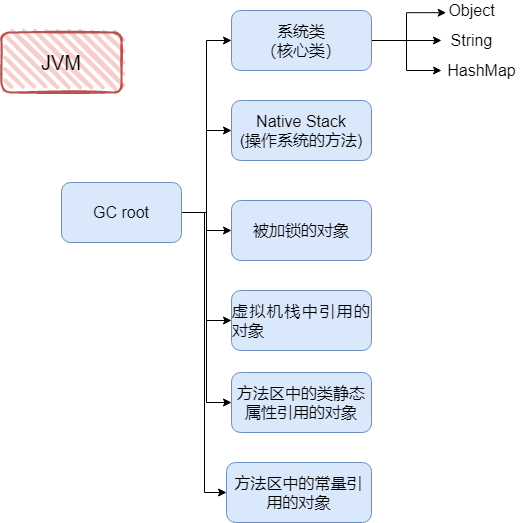
kusuzi/LearnJava keeps this draw.io diagram as java.png. Above is the earlier version. Source tidied: cells renumbered, new cells last; positions are measured from the earlier drawing's top-left corner, leaving out a move shared by most shapes. Its diagram source:
```xml
<mxGraphModel>
  <root>
    <mxCell id="0" />
    <mxCell id="1" parent="0" />
    <mxCell id="2" style="edgeStyle=orthogonalEdgeStyle;rounded=0;jettySize=auto;html=1;entryX=0;entryY=0.5;entryDx=0;entryDy=0;fontSize=16;fontColor=#000000;" parent="1" edge="1" source="8" target="13">
      <mxGeometry relative="1" as="geometry" />
    </mxCell>
    <mxCell id="3" style="edgeStyle=orthogonalEdgeStyle;rounded=0;jettySize=auto;html=1;entryX=0;entryY=0.5;entryDx=0;entryDy=0;fontSize=16;fontColor=#000000;" parent="1" edge="1" source="8" target="14">
      <mxGeometry relative="1" as="geometry" />
    </mxCell>
    <mxCell id="4" style="edgeStyle=orthogonalEdgeStyle;rounded=0;jettySize=auto;html=1;entryX=0;entryY=0.5;entryDx=0;entryDy=0;fontSize=16;fontColor=#000000;" parent="1" edge="1" source="8" target="16">
      <mxGeometry relative="1" as="geometry" />
    </mxCell>
    <mxCell id="5" style="edgeStyle=orthogonalEdgeStyle;rounded=0;jettySize=auto;html=1;entryX=0;entryY=0.5;entryDx=0;entryDy=0;fontSize=16;fontColor=#000000;" parent="1" edge="1" source="8" target="19">
      <mxGeometry relative="1" as="geometry" />
    </mxCell>
    <mxCell id="6" style="edgeStyle=orthogonalEdgeStyle;rounded=0;jettySize=auto;html=1;entryX=0;entryY=0.5;entryDx=0;entryDy=0;fontSize=16;fontColor=#000000;" parent="1" edge="1" source="8" target="20">
      <mxGeometry relative="1" as="geometry" />
    </mxCell>
    <mxCell id="7" style="edgeStyle=orthogonalEdgeStyle;rounded=0;jettySize=auto;html=1;entryX=0;entryY=0.5;entryDx=0;entryDy=0;fontSize=16;fontColor=#000000;" parent="1" edge="1" source="8" target="21">
      <mxGeometry relative="1" as="geometry">
        <Array as="points">
          <mxPoint x="203" y="212" />
          <mxPoint x="203" y="492" />
        </Array>
      </mxGeometry>
    </mxCell>
    <mxCell id="8" value="GC root&lt;br style=&quot;font-size: 16px;&quot;&gt;" style="rounded=1;whiteSpace=wrap;html=1;fillColor=#dae8fc;strokeColor=#6c8ebf;fontSize=16;" parent="1" vertex="1">
      <mxGeometry x="60" y="182" width="120" height="60" as="geometry" />
    </mxCell>
    <mxCell id="9" value="JVM" style="rounded=1;whiteSpace=wrap;html=1;strokeWidth=2;fillWeight=4;hachureGap=8;hachureAngle=45;fillColor=#f8cecc;sketch=1;strokeColor=#b85450;fontSize=20;" parent="1" vertex="1">
      <mxGeometry y="32" width="120" height="60" as="geometry" />
    </mxCell>
    <mxCell id="10" style="edgeStyle=orthogonalEdgeStyle;rounded=0;jettySize=auto;html=1;entryX=0.077;entryY=0.61;entryDx=0;entryDy=0;entryPerimeter=0;fontSize=16;fontColor=#000000;" parent="1" edge="1" source="13" target="15">
      <mxGeometry relative="1" as="geometry" />
    </mxCell>
    <mxCell id="11" style="edgeStyle=orthogonalEdgeStyle;rounded=0;jettySize=auto;html=1;fontSize=16;fontColor=#000000;" parent="1" edge="1" source="13" target="17">
      <mxGeometry relative="1" as="geometry" />
    </mxCell>
    <mxCell id="12" style="edgeStyle=orthogonalEdgeStyle;rounded=0;jettySize=auto;html=1;fontSize=16;fontColor=#000000;" parent="1" edge="1" source="13" target="18">
      <mxGeometry relative="1" as="geometry" />
    </mxCell>
    <mxCell id="13" value="系统类&lt;br&gt;（核心类）" style="whiteSpace=wrap;html=1;rounded=1;fontSize=16;strokeColor=#6c8ebf;fillColor=#dae8fc;" parent="1" vertex="1">
      <mxGeometry x="230" y="10" width="140" height="60" as="geometry" />
    </mxCell>
    <mxCell id="14" value="Native Stack&lt;br&gt;(操作系统的方法)" style="whiteSpace=wrap;html=1;rounded=1;fontSize=16;strokeColor=#6c8ebf;fillColor=#dae8fc;" parent="1" vertex="1">
      <mxGeometry x="230" y="100" width="140" height="60" as="geometry" />
    </mxCell>
    <mxCell id="15" value="Object" style="text;html=1;align=center;verticalAlign=middle;points=[];strokeColor=none;fontSize=16;" parent="1" vertex="1">
      <mxGeometry x="440" width="60" height="20" as="geometry" />
    </mxCell>
    <mxCell id="16" value="被加锁的对象" style="whiteSpace=wrap;html=1;rounded=1;fontSize=16;strokeColor=#6c8ebf;fillColor=#dae8fc;" parent="1" vertex="1">
      <mxGeometry x="230" y="200" width="140" height="60" as="geometry" />
    </mxCell>
    <mxCell id="17" value="String" style="text;html=1;align=center;verticalAlign=middle;points=[];strokeColor=none;fontSize=16;" parent="1" vertex="1">
      <mxGeometry x="440" y="30" width="60" height="20" as="geometry" />
    </mxCell>
    <mxCell id="18" value="HashMap&lt;br&gt;" style="text;html=1;align=center;verticalAlign=middle;points=[];strokeColor=none;fontSize=16;" parent="1" vertex="1">
      <mxGeometry x="440" y="60" width="80" height="20" as="geometry" />
    </mxCell>
    <mxCell id="19" value="&lt;div style=&quot;text-align: justify&quot;&gt;&lt;span&gt;&lt;font face=&quot;helvetica, arial, sans-serif&quot;&gt;虚拟机栈中引用的对象&lt;/font&gt;&lt;/span&gt;&lt;/div&gt;" style="rounded=1;whiteSpace=wrap;html=1;fontSize=16;strokeColor=#6c8ebf;fillColor=#dae8fc;" parent="1" vertex="1">
      <mxGeometry x="230" y="290" width="140" height="60" as="geometry" />
    </mxCell>
    <mxCell id="20" value="&lt;span style=&quot;font-family: helvetica, arial, sans-serif; text-align: justify;&quot;&gt;方法区中的类静态属性引用的对象&lt;/span&gt;" style="rounded=1;whiteSpace=wrap;html=1;fontSize=16;strokeColor=#6c8ebf;fillColor=#dae8fc;labelBackgroundColor=none;" parent="1" vertex="1">
      <mxGeometry x="230" y="372" width="140" height="60" as="geometry" />
    </mxCell>
    <mxCell id="21" value="&lt;span style=&quot;font-family: helvetica, arial, sans-serif; text-align: justify;&quot;&gt;方法区中的常量引用的对象&lt;/span&gt;" style="rounded=1;whiteSpace=wrap;html=1;labelBackgroundColor=none;fontSize=16;strokeColor=#6c8ebf;fillColor=#dae8fc;" parent="1" vertex="1">
      <mxGeometry x="225" y="462" width="145" height="60" as="geometry" />
    </mxCell>
  </root>
</mxGraphModel>
```
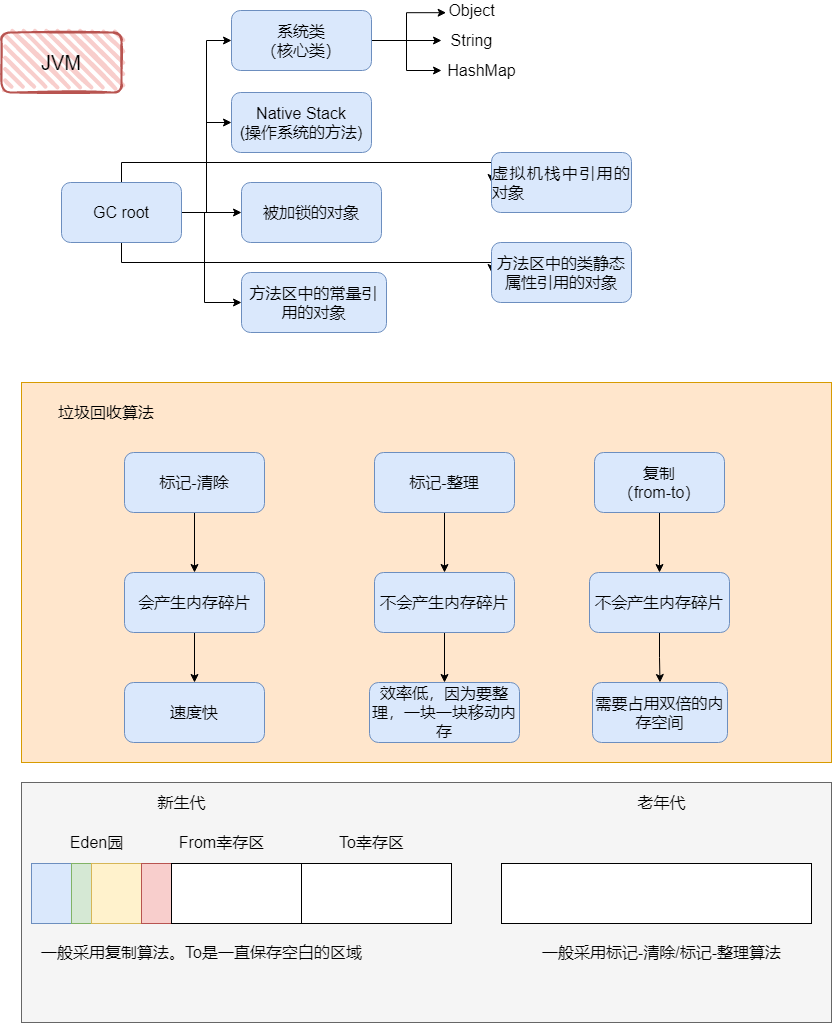
After the commit.

Diff of the diagram source:
```diff
@@ -2,6 +2,12 @@
   <root>
     <mxCell id="0" />
     <mxCell id="1" parent="0" />
+    <mxCell id="22" style="rounded=0;whiteSpace=wrap;html=1;labelBackgroundColor=none;fontSize=16;fontColor=#333333;strokeColor=#666666;fillColor=#f5f5f5;" parent="1" vertex="1">
+      <mxGeometry x="20" y="782" width="810" height="240" as="geometry" />
+    </mxCell>
+    <mxCell id="23" style="rounded=0;whiteSpace=wrap;html=1;labelBackgroundColor=none;fontSize=16;strokeColor=#d79b00;fillColor=#ffe6cc;" parent="1" vertex="1">
+      <mxGeometry x="20" y="382" width="810" height="380" as="geometry" />
+    </mxCell>
     <mxCell id="2" style="edgeStyle=orthogonalEdgeStyle;rounded=0;jettySize=auto;html=1;entryX=0;entryY=0.5;entryDx=0;entryDy=0;fontSize=16;fontColor=#000000;" parent="1" edge="1" source="8" target="13">
       <mxGeometry relative="1" as="geometry" />
     </mxCell>
@@ -11,17 +17,28 @@
     <mxCell id="4" style="edgeStyle=orthogonalEdgeStyle;rounded=0;jettySize=auto;html=1;entryX=0;entryY=0.5;entryDx=0;entryDy=0;fontSize=16;fontColor=#000000;" parent="1" edge="1" source="8" target="16">
       <mxGeometry relative="1" as="geometry" />
     </mxCell>
-    <mxCell id="5" style="edgeStyle=orthogonalEdgeStyle;rounded=0;jettySize=auto;html=1;entryX=0;entryY=0.5;entryDx=0;entryDy=0;fontSize=16;fontColor=#000000;" parent="1" edge="1" source="8" target="19">
-      <mxGeometry relative="1" as="geometry" />
+    <mxCell id="5" style="edgeStyle=orthogonalEdgeStyle;rounded=0;jettySize=auto;html=1;entryX=0;entryY=0.5;entryDx=0;entryDy=0;fontSize=16;fontColor=#000000;exitX=1;exitY=0.5;exitDx=0;exitDy=0;" parent="1" edge="1" source="8" target="19">
+      <mxGeometry relative="1" as="geometry">
+        <Array as="points">
+          <mxPoint x="120" y="212" />
+          <mxPoint x="120" y="162" />
+          <mxPoint x="490" y="162" />
+        </Array>
+      </mxGeometry>
     </mxCell>
     <mxCell id="6" style="edgeStyle=orthogonalEdgeStyle;rounded=0;jettySize=auto;html=1;entryX=0;entryY=0.5;entryDx=0;entryDy=0;fontSize=16;fontColor=#000000;" parent="1" edge="1" source="8" target="20">
-      <mxGeometry relative="1" as="geometry" />
+      <mxGeometry relative="1" as="geometry">
+        <Array as="points">
+          <mxPoint x="120" y="262" />
+          <mxPoint x="490" y="262" />
+        </Array>
+      </mxGeometry>
     </mxCell>
     <mxCell id="7" style="edgeStyle=orthogonalEdgeStyle;rounded=0;jettySize=auto;html=1;entryX=0;entryY=0.5;entryDx=0;entryDy=0;fontSize=16;fontColor=#000000;" parent="1" edge="1" source="8" target="21">
       <mxGeometry relative="1" as="geometry">
         <Array as="points">
           <mxPoint x="203" y="212" />
-          <mxPoint x="203" y="492" />
+          <mxPoint x="203" y="302" />
         </Array>
       </mxGeometry>
     </mxCell>
@@ -44,13 +61,13 @@
       <mxGeometry x="230" y="10" width="140" height="60" as="geometry" />
     </mxCell>
     <mxCell id="14" value="Native Stack&lt;br&gt;(操作系统的方法)" style="whiteSpace=wrap;html=1;rounded=1;fontSize=16;strokeColor=#6c8ebf;fillColor=#dae8fc;" parent="1" vertex="1">
-      <mxGeometry x="230" y="100" width="140" height="60" as="geometry" />
+      <mxGeometry x="230" y="92" width="140" height="60" as="geometry" />
     </mxCell>
     <mxCell id="15" value="Object" style="text;html=1;align=center;verticalAlign=middle;points=[];strokeColor=none;fontSize=16;" parent="1" vertex="1">
       <mxGeometry x="440" width="60" height="20" as="geometry" />
     </mxCell>
     <mxCell id="16" value="被加锁的对象" style="whiteSpace=wrap;html=1;rounded=1;fontSize=16;strokeColor=#6c8ebf;fillColor=#dae8fc;" parent="1" vertex="1">
-      <mxGeometry x="230" y="200" width="140" height="60" as="geometry" />
+      <mxGeometry x="240" y="182" width="140" height="60" as="geometry" />
     </mxCell>
     <mxCell id="17" value="String" style="text;html=1;align=center;verticalAlign=middle;points=[];strokeColor=none;fontSize=16;" parent="1" vertex="1">
       <mxGeometry x="440" y="30" width="60" height="20" as="geometry" />
@@ -59,13 +76,103 @@
       <mxGeometry x="440" y="60" width="80" height="20" as="geometry" />
     </mxCell>
     <mxCell id="19" value="&lt;div style=&quot;text-align: justify&quot;&gt;&lt;span&gt;&lt;font face=&quot;helvetica, arial, sans-serif&quot;&gt;虚拟机栈中引用的对象&lt;/font&gt;&lt;/span&gt;&lt;/div&gt;" style="rounded=1;whiteSpace=wrap;html=1;fontSize=16;strokeColor=#6c8ebf;fillColor=#dae8fc;" parent="1" vertex="1">
-      <mxGeometry x="230" y="290" width="140" height="60" as="geometry" />
+      <mxGeometry x="490" y="152" width="140" height="60" as="geometry" />
     </mxCell>
     <mxCell id="20" value="&lt;span style=&quot;font-family: helvetica, arial, sans-serif; text-align: justify;&quot;&gt;方法区中的类静态属性引用的对象&lt;/span&gt;" style="rounded=1;whiteSpace=wrap;html=1;fontSize=16;strokeColor=#6c8ebf;fillColor=#dae8fc;labelBackgroundColor=none;" parent="1" vertex="1">
-      <mxGeometry x="230" y="372" width="140" height="60" as="geometry" />
+      <mxGeometry x="490" y="242" width="140" height="60" as="geometry" />
     </mxCell>
     <mxCell id="21" value="&lt;span style=&quot;font-family: helvetica, arial, sans-serif; text-align: justify;&quot;&gt;方法区中的常量引用的对象&lt;/span&gt;" style="rounded=1;whiteSpace=wrap;html=1;labelBackgroundColor=none;fontSize=16;strokeColor=#6c8ebf;fillColor=#dae8fc;" parent="1" vertex="1">
-      <mxGeometry x="225" y="462" width="145" height="60" as="geometry" />
+      <mxGeometry x="240" y="272" width="145" height="60" as="geometry" />
     </mxCell>
+    <mxCell id="24" style="edgeStyle=orthogonalEdgeStyle;rounded=0;jettySize=auto;html=1;entryX=0.5;entryY=0;entryDx=0;entryDy=0;fontSize=16;fontColor=#000000;" parent="1" edge="1" source="25" target="36">
+      <mxGeometry relative="1" as="geometry" />
+    </mxCell>
+    <mxCell id="25" value="标记-清除" style="whiteSpace=wrap;html=1;rounded=1;labelBackgroundColor=none;fontSize=16;fontColor=#000000;strokeColor=#6c8ebf;fillColor=#dae8fc;" parent="1" vertex="1">
+      <mxGeometry x="123" y="452" width="140" height="60" as="geometry" />
+    </mxCell>
+    <mxCell id="26" style="edgeStyle=orthogonalEdgeStyle;rounded=0;jettySize=auto;html=1;entryX=0.5;entryY=0;entryDx=0;entryDy=0;fontSize=16;fontColor=#000000;" parent="1" edge="1" source="27" target="34">
+      <mxGeometry relative="1" as="geometry" />
+    </mxCell>
+    <mxCell id="27" value="标记-整理" style="whiteSpace=wrap;html=1;rounded=1;labelBackgroundColor=none;fontSize=16;fontColor=#000000;strokeColor=#6c8ebf;fillColor=#dae8fc;" parent="1" vertex="1">
+      <mxGeometry x="373" y="452" width="140" height="60" as="geometry" />
+    </mxCell>
+    <mxCell id="28" style="edgeStyle=orthogonalEdgeStyle;rounded=0;jettySize=auto;html=1;fontSize=16;fontColor=#000000;" parent="1" edge="1" source="29" target="31">
+      <mxGeometry relative="1" as="geometry" />
+    </mxCell>
+    <mxCell id="29" value="复制&lt;br&gt;（from-to）" style="whiteSpace=wrap;html=1;rounded=1;labelBackgroundColor=none;fontSize=16;fontColor=#000000;strokeColor=#6c8ebf;fillColor=#dae8fc;" parent="1" vertex="1">
+      <mxGeometry x="593" y="452" width="130" height="60" as="geometry" />
+    </mxCell>
+    <mxCell id="30" style="edgeStyle=orthogonalEdgeStyle;rounded=0;jettySize=auto;html=1;entryX=0.5;entryY=0;entryDx=0;entryDy=0;fontSize=16;fontColor=#000000;" parent="1" edge="1" source="31" target="39">
+      <mxGeometry relative="1" as="geometry" />
+    </mxCell>
+    <mxCell id="31" value="不会产生内存碎片" style="whiteSpace=wrap;html=1;rounded=1;fontSize=16;strokeColor=#6c8ebf;fillColor=#dae8fc;" parent="1" vertex="1">
+      <mxGeometry x="588" y="572" width="140" height="60" as="geometry" />
+    </mxCell>
+    <mxCell id="32" value="垃圾回收算法" style="text;html=1;strokeColor=none;fillColor=none;align=center;verticalAlign=middle;whiteSpace=wrap;rounded=0;labelBackgroundColor=none;fontSize=16;fontColor=#000000;" parent="1" vertex="1">
+      <mxGeometry x="50" y="402" width="110" height="20" as="geometry" />
+    </mxCell>
+    <mxCell id="33" style="edgeStyle=orthogonalEdgeStyle;rounded=0;jettySize=auto;html=1;fontSize=16;fontColor=#000000;" parent="1" edge="1" source="34" target="38">
+      <mxGeometry relative="1" as="geometry" />
+    </mxCell>
+    <mxCell id="34" value="不会产生内存碎片" style="whiteSpace=wrap;html=1;rounded=1;fontSize=16;strokeColor=#6c8ebf;fillColor=#dae8fc;" parent="1" vertex="1">
+      <mxGeometry x="373" y="572" width="140" height="60" as="geometry" />
+    </mxCell>
+    <mxCell id="35" style="edgeStyle=orthogonalEdgeStyle;rounded=0;jettySize=auto;html=1;entryX=0.5;entryY=0;entryDx=0;entryDy=0;fontSize=16;fontColor=#000000;" parent="1" edge="1" source="36" target="37">
+      <mxGeometry relative="1" as="geometry" />
+    </mxCell>
+    <mxCell id="36" value="会产生内存碎片" style="whiteSpace=wrap;html=1;rounded=1;fontSize=16;strokeColor=#6c8ebf;fillColor=#dae8fc;" parent="1" vertex="1">
+      <mxGeometry x="123" y="572" width="140" height="60" as="geometry" />
+    </mxCell>
+    <mxCell id="37" value="速度快" style="rounded=1;whiteSpace=wrap;html=1;labelBackgroundColor=none;fontSize=16;fontColor=#000000;strokeColor=#6c8ebf;fillColor=#dae8fc;" parent="1" vertex="1">
+      <mxGeometry x="123" y="682" width="140" height="60" as="geometry" />
+    </mxCell>
+    <mxCell id="38" value="效率低，因为要整理，一块一块移动内存" style="rounded=1;whiteSpace=wrap;html=1;labelBackgroundColor=none;fontSize=16;fontColor=#000000;strokeColor=#6c8ebf;fillColor=#dae8fc;" parent="1" vertex="1">
+      <mxGeometry x="368" y="682" width="150" height="60" as="geometry" />
+    </mxCell>
+    <mxCell id="39" value="需要占用双倍的内存空间" style="rounded=1;whiteSpace=wrap;html=1;labelBackgroundColor=none;fontSize=16;fontColor=#000000;strokeColor=#6c8ebf;fillColor=#dae8fc;" parent="1" vertex="1">
+      <mxGeometry x="591" y="682" width="135" height="60" as="geometry" />
+    </mxCell>
+    <mxCell id="40" style="rounded=0;whiteSpace=wrap;html=1;labelBackgroundColor=none;fontSize=16;fontColor=#000000;strokeColor=#6c8ebf;fillColor=#dae8fc;" parent="1" vertex="1">
+      <mxGeometry x="30" y="863" width="40" height="60" as="geometry" />
+    </mxCell>
+    <mxCell id="41" style="rounded=0;whiteSpace=wrap;html=1;labelBackgroundColor=none;fontSize=16;strokeColor=#82b366;fillColor=#d5e8d4;" parent="1" vertex="1">
+      <mxGeometry x="70" y="863" width="20" height="60" as="geometry" />
+    </mxCell>
+    <mxCell id="42" style="rounded=0;whiteSpace=wrap;html=1;labelBackgroundColor=none;fontSize=16;strokeColor=#d6b656;fillColor=#fff2cc;" parent="1" vertex="1">
+      <mxGeometry x="90" y="863" width="50" height="60" as="geometry" />
+    </mxCell>
+    <mxCell id="43" style="rounded=0;whiteSpace=wrap;html=1;labelBackgroundColor=none;fontSize=16;strokeColor=#b85450;fillColor=#f8cecc;" parent="1" vertex="1">
+      <mxGeometry x="140" y="863" width="30" height="60" as="geometry" />
+    </mxCell>
+    <mxCell id="44" style="rounded=0;whiteSpace=wrap;html=1;labelBackgroundColor=none;fontSize=16;" parent="1" vertex="1">
+      <mxGeometry x="500" y="863" width="310" height="60" as="geometry" />
+    </mxCell>
+    <mxCell id="45" value="新生代" style="text;html=1;align=center;verticalAlign=middle;strokeColor=none;fontSize=16;fontColor=#000000;" parent="1" vertex="1">
+      <mxGeometry x="150" y="792" width="60" height="20" as="geometry" />
+    </mxCell>
+    <mxCell id="46" value="老年代" style="text;html=1;align=center;verticalAlign=middle;strokeColor=none;fontSize=16;fontColor=#000000;" parent="1" vertex="1">
+      <mxGeometry x="630" y="792" width="60" height="20" as="geometry" />
+    </mxCell>
+    <mxCell id="47" style="rounded=0;whiteSpace=wrap;html=1;labelBackgroundColor=none;fontSize=16;" parent="1" vertex="1">
+      <mxGeometry x="300" y="863" width="150" height="60" as="geometry" />
+    </mxCell>
+    <mxCell id="48" style="rounded=0;whiteSpace=wrap;html=1;labelBackgroundColor=none;fontSize=16;" parent="1" vertex="1">
+      <mxGeometry x="170" y="863" width="130" height="60" as="geometry" />
+    </mxCell>
+    <mxCell id="49" value="Eden园" style="text;html=1;align=center;verticalAlign=middle;strokeColor=none;fontSize=16;fontColor=#000000;" parent="1" vertex="1">
+      <mxGeometry x="60" y="832" width="70" height="20" as="geometry" />
+    </mxCell>
+    <mxCell id="50" value="From幸存区" style="text;html=1;align=center;verticalAlign=middle;strokeColor=none;fontSize=16;fontColor=#000000;" parent="1" vertex="1">
+      <mxGeometry x="170" y="832" width="100" height="20" as="geometry" />
+    </mxCell>
+    <mxCell id="51" value="To幸存区" style="text;html=1;align=center;verticalAlign=middle;strokeColor=none;fontSize=16;fontColor=#000000;" parent="1" vertex="1">
+      <mxGeometry x="330" y="832" width="80" height="20" as="geometry" />
+    </mxCell>
+    <mxCell id="52" value="一般采用复制算法。To是一直保存空白的区域" style="text;html=1;align=center;verticalAlign=middle;strokeColor=none;fontSize=16;fontColor=#000000;" parent="1" vertex="1">
+      <mxGeometry x="30" y="942" width="340" height="20" as="geometry" />
+    </mxCell>
+    <mxCell id="53" value="一般采用标记-清除/标记-整理算法" style="text;html=1;align=center;verticalAlign=middle;strokeColor=none;fontSize=16;fontColor=#000000;" parent="1" vertex="1">
+      <mxGeometry x="535" y="942" width="250" height="20" as="geometry" />
+    </mxCell>
   </root>
 </mxGraphModel>
```
